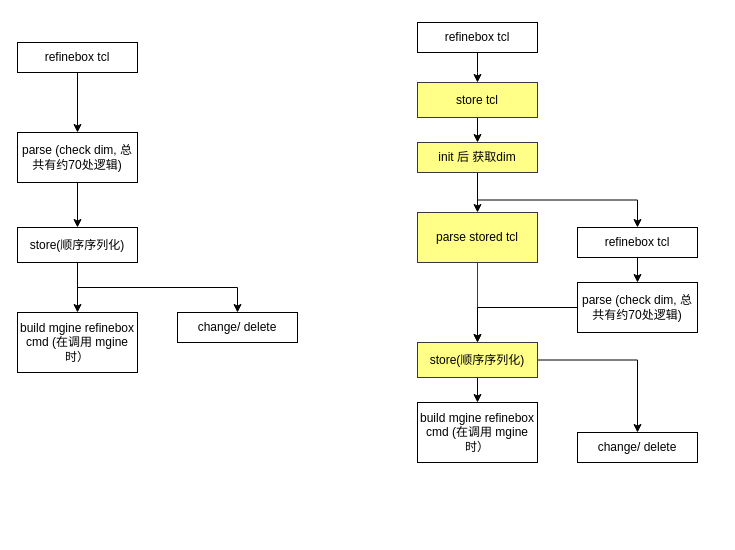
Before: new_refinebox_0410.drawio in FicmillaR/drawio, a draw.io diagram. Source tidied: cells renumbered, new cells numbered last; positions are measured from the earlier drawing's top-left corner, leaving out a move shared by most shapes. Both pictures are drawn from the tidied source at 100%, with x=0, y=0 at pixel (17, 22).
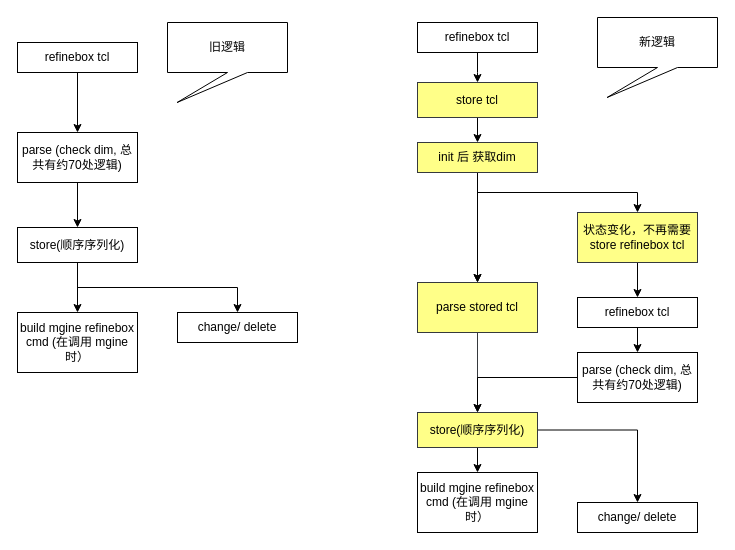
The same diagram, later.

The change refers to these unchanged cells:
```xml
<mxCell id="17" value="init 后 获取dim" style="whiteSpace=wrap;html=1;fillColor=#ffff88;strokeColor=#36393d;rounded=0;" parent="1" vertex="1">
  <mxGeometry x="400" y="120" width="120" height="30" as="geometry" />
</mxCell>
```

The edit, as a diff of the source:
```diff
@@
-    <mxCell id="16" style="edgeStyle=orthogonalEdgeStyle;rounded=0;jettySize=auto;html=1;exitX=0.5;exitY=1;exitDx=0;exitDy=0;" parent="1" edge="1" source="17" target="24">
-      <mxGeometry relative="1" as="geometry" />
-    </mxCell>
+    <mxCell id="29" style="edgeStyle=orthogonalEdgeStyle;rounded=0;jettySize=auto;html=1;" parent="1" edge="1" source="17" target="19">
+      <mxGeometry relative="1" as="geometry" />
+    </mxCell>
+    <mxCell id="30" style="edgeStyle=orthogonalEdgeStyle;rounded=0;jettySize=auto;html=1;exitX=0.5;exitY=1;exitDx=0;exitDy=0;" parent="1" edge="1" source="17" target="34">
+      <mxGeometry relative="1" as="geometry" />
+    </mxCell>
@@
     <mxCell id="19" value="parse stored tcl" style="rounded=0;whiteSpace=wrap;html=1;fillColor=#ffff88;strokeColor=#36393d;" parent="1" vertex="1">
-      <mxGeometry x="400" y="190" width="120" height="50" as="geometry" />
+      <mxGeometry x="400" y="260" width="120" height="50" as="geometry" />
     </mxCell>
@@
     <mxCell id="22" value="store(顺序序列化)" style="whiteSpace=wrap;html=1;rounded=0;fillColor=#ffff88;strokeColor=#36393d;" parent="1" vertex="1">
-      <mxGeometry x="400" y="320" width="120" height="35" as="geometry" />
+      <mxGeometry x="400" y="390" width="120" height="35" as="geometry" />
     </mxCell>
@@
     <mxCell id="24" value="refinebox tcl" style="rounded=0;whiteSpace=wrap;html=1;" parent="1" vertex="1">
-      <mxGeometry x="560" y="205" width="120" height="30" as="geometry" />
+      <mxGeometry x="560" y="275" width="120" height="30" as="geometry" />
     </mxCell>
@@
     <mxCell id="26" value="parse (check dim, 总共有约70处逻辑)" style="rounded=0;whiteSpace=wrap;html=1;" parent="1" vertex="1">
-      <mxGeometry x="560" y="260" width="120" height="50" as="geometry" />
+      <mxGeometry x="560" y="330" width="120" height="50" as="geometry" />
     </mxCell>
     <mxCell id="27" value="build mgine refinebox cmd (在调用 mgine时）" style="whiteSpace=wrap;html=1;rounded=0;" parent="1" vertex="1">
-      <mxGeometry x="400" y="380" width="120" height="60" as="geometry" />
+      <mxGeometry x="400" y="450" width="120" height="60" as="geometry" />
     </mxCell>
     <mxCell id="28" value="change/ delete" style="whiteSpace=wrap;html=1;rounded=0;" parent="1" vertex="1">
-      <mxGeometry x="560" y="410" width="120" height="30" as="geometry" />
+      <mxGeometry x="560" y="480" width="120" height="30" as="geometry" />
     </mxCell>
+    <mxCell id="31" value="旧逻辑" style="shape=callout;whiteSpace=wrap;html=1;perimeter=calloutPerimeter;position2=0.08;" parent="1" vertex="1">
+      <mxGeometry x="150" width="120" height="80" as="geometry" />
+    </mxCell>
+    <mxCell id="32" value="新逻辑" style="shape=callout;whiteSpace=wrap;html=1;perimeter=calloutPerimeter;position2=0.08;" parent="1" vertex="1">
+      <mxGeometry x="580" y="-5" width="120" height="80" as="geometry" />
+    </mxCell>
+    <mxCell id="33" style="edgeStyle=orthogonalEdgeStyle;rounded=0;jettySize=auto;html=1;exitX=0.5;exitY=1;exitDx=0;exitDy=0;entryX=0.5;entryY=0;entryDx=0;entryDy=0;" parent="1" edge="1" source="34" target="24">
+      <mxGeometry relative="1" as="geometry" />
+    </mxCell>
+    <mxCell id="34" value="状态变化，不再需要store refinebox tcl" style="rounded=0;whiteSpace=wrap;html=1;fillColor=#ffff88;strokeColor=#36393d;" parent="1" vertex="1">
+      <mxGeometry x="560" y="190" width="120" height="50" as="geometry" />
+    </mxCell>
```
